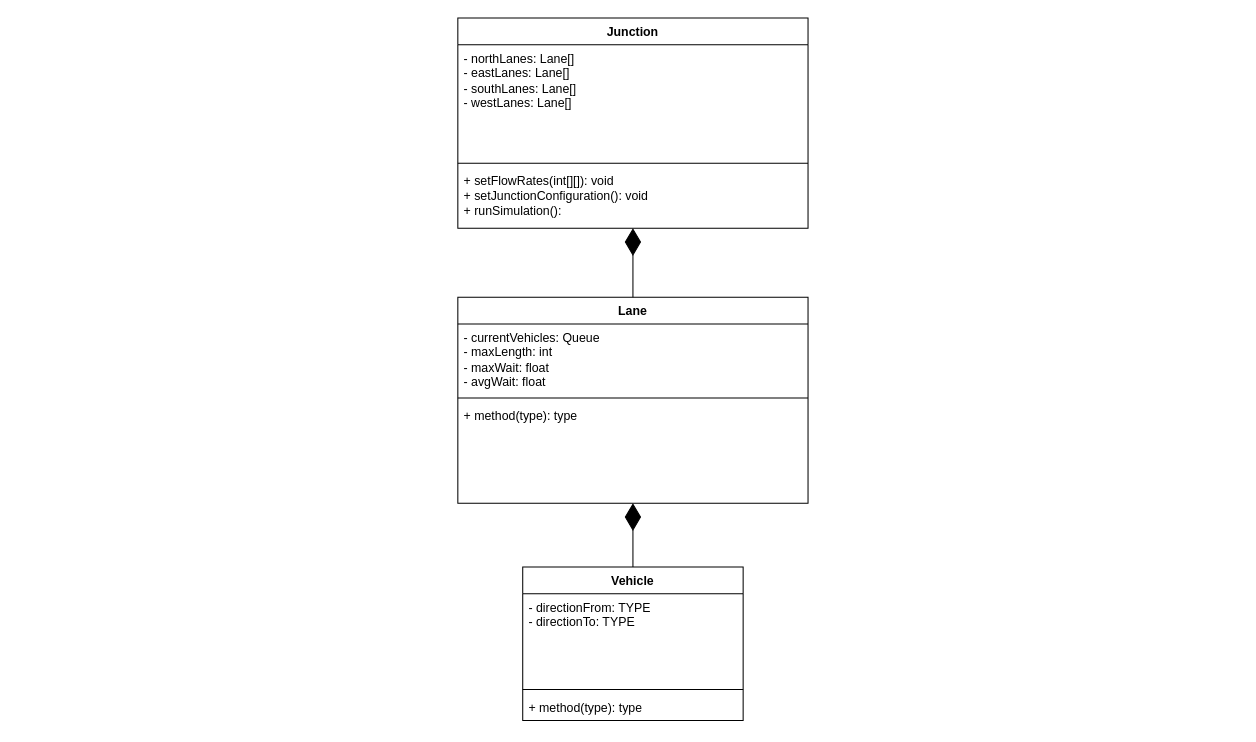
This is deliverables/planningDesign/JunctionSimulationClassDiagram.drawio from antonizyla/cs261, a draw.io file, before an edit. Source tidied: cells renumbered, new cells numbered last; positions are measured from the earlier drawing's top-left corner, leaving out a move shared by most shapes. Both pictures are drawn from the tidied source at 103%, with x=0, y=0 at pixel (457, 18).
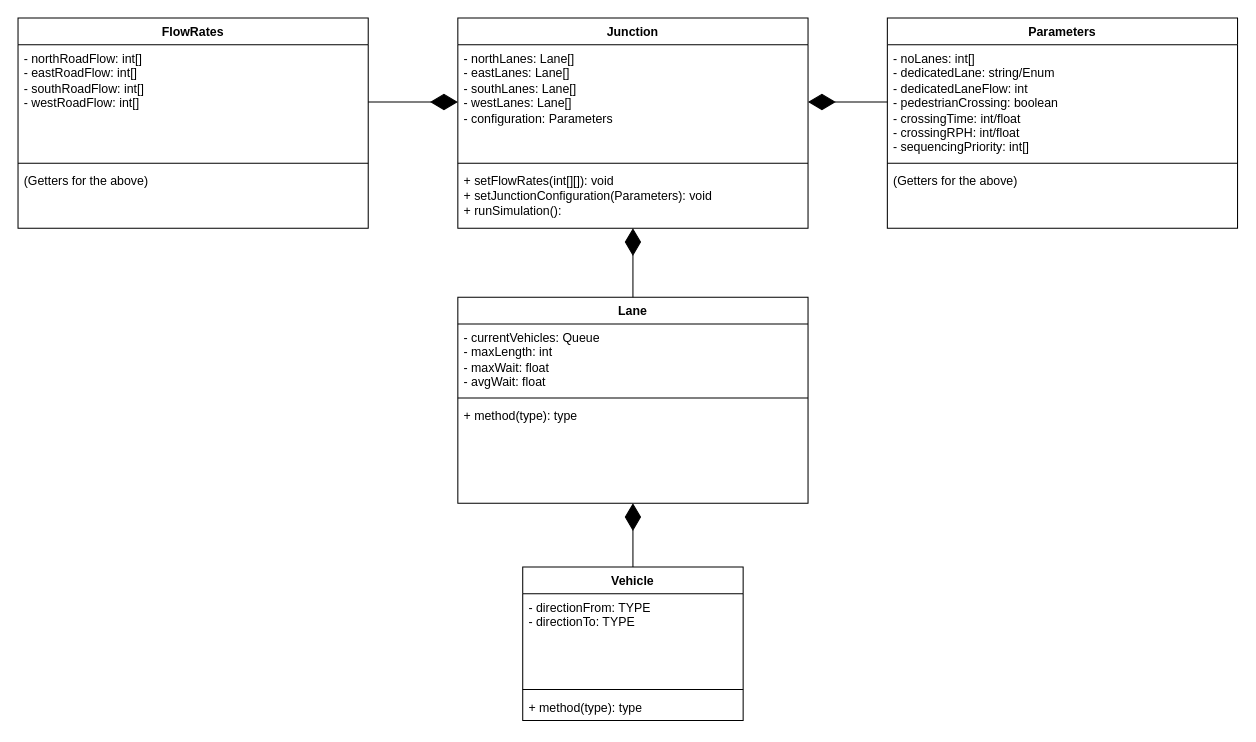
The same page after the edit.

Commit message (it also covers changes not shown here):
Updated the class diagram

Unchanged cells that the change refers to:
```xml
<mxCell id="6" value="Junction" style="swimlane;fontStyle=1;align=center;verticalAlign=top;horizontal=1;startSize=26;whiteSpace=wrap;html=1;" parent="1" vertex="1">
  <mxGeometry width="340" height="204" as="geometry" />
</mxCell>
```

The edit, as a diff of the source:
```diff
@@
-    <mxCell id="7" value="&lt;div&gt;- northLanes: Lane[]&lt;/div&gt;&lt;div&gt;- eastLanes:&amp;nbsp;Lane[]&lt;/div&gt;&lt;div&gt;- southLanes:&amp;nbsp;Lane[]&lt;/div&gt;&lt;div&gt;- westLanes:&amp;nbsp;Lane[]&lt;br&gt;&lt;/div&gt;" style="text;strokeColor=none;fillColor=none;align=left;verticalAlign=top;spacingLeft=4;spacingRight=4;overflow=hidden;points=[[0,0.5],[1,0.5]];portConstraint=eastwest;whiteSpace=wrap;html=1;" parent="6" vertex="1">
+    <mxCell id="7" value="&lt;div&gt;- northLanes: Lane[]&lt;/div&gt;&lt;div&gt;- eastLanes:&amp;nbsp;Lane[]&lt;/div&gt;&lt;div&gt;- southLanes:&amp;nbsp;Lane[]&lt;/div&gt;&lt;div&gt;- westLanes:&amp;nbsp;Lane[]&lt;/div&gt;&lt;div&gt;- configuration: Parameters&lt;br&gt;&lt;/div&gt;" style="text;strokeColor=none;fillColor=none;align=left;verticalAlign=top;spacingLeft=4;spacingRight=4;overflow=hidden;points=[[0,0.5],[1,0.5]];portConstraint=eastwest;whiteSpace=wrap;html=1;" parent="6" vertex="1">
       <mxGeometry y="26" width="340" height="111" as="geometry" />
     </mxCell>
@@
-    <mxCell id="9" value="&lt;div&gt;+ setFlowRates(int[][]): void&lt;/div&gt;&lt;div&gt;+ setJunctionConfiguration(): void&lt;/div&gt;&lt;div&gt;+ runSimulation(): &lt;br&gt;&lt;/div&gt;" style="text;strokeColor=none;fillColor=none;align=left;verticalAlign=top;spacingLeft=4;spacingRight=4;overflow=hidden;whiteSpace=wrap;html=1;" parent="6" vertex="1">
+    <mxCell id="9" value="&lt;div&gt;+ setFlowRates(int[][]): void&lt;/div&gt;&lt;div&gt;+ setJunctionConfiguration(Parameters): void&lt;/div&gt;&lt;div&gt;+ runSimulation(): &lt;br&gt;&lt;/div&gt;" style="text;strokeColor=none;fillColor=none;align=left;verticalAlign=top;spacingLeft=4;spacingRight=4;overflow=hidden;whiteSpace=wrap;html=1;" parent="6" vertex="1">
       <mxGeometry y="145" width="340" height="59" as="geometry" />
     </mxCell>
@@
+    <mxCell id="16" value="Parameters" style="swimlane;fontStyle=1;align=center;verticalAlign=top;horizontal=1;startSize=26;whiteSpace=wrap;html=1;" parent="1" vertex="1">
+      <mxGeometry x="417" width="340" height="204" as="geometry" />
+    </mxCell>
+    <mxCell id="17" value="&lt;div&gt;- noLanes: int[]&lt;/div&gt;&lt;div&gt;- dedicatedLane: string/Enum&lt;/div&gt;&lt;div&gt;- dedicatedLaneFlow: int&lt;/div&gt;&lt;div&gt;- pedestrianCrossing: boolean&lt;/div&gt;&lt;div&gt;- crossingTime: int/float&lt;br&gt;&lt;/div&gt;&lt;div&gt;- crossingRPH: int/float&lt;br&gt;&lt;/div&gt;&lt;div&gt;- sequencingPriority: int[]&lt;br&gt;&lt;/div&gt;" style="text;strokeColor=none;fillColor=none;align=left;verticalAlign=top;spacingLeft=4;spacingRight=4;overflow=hidden;points=[[0,0.5],[1,0.5]];portConstraint=eastwest;whiteSpace=wrap;html=1;" parent="16" vertex="1">
+      <mxGeometry y="26" width="340" height="111" as="geometry" />
+    </mxCell>
+    <mxCell id="18" style="line;strokeWidth=1;fillColor=none;align=left;verticalAlign=middle;spacingTop=-1;spacingLeft=3;spacingRight=3;labelPosition=right;strokeColor=inherit;" parent="16" vertex="1">
+      <mxGeometry y="137" width="340" height="8" as="geometry" />
+    </mxCell>
+    <mxCell id="19" value="(Getters for the above)" style="text;strokeColor=none;fillColor=none;align=left;verticalAlign=top;spacingLeft=4;spacingRight=4;overflow=hidden;whiteSpace=wrap;html=1;" parent="16" vertex="1">
+      <mxGeometry y="145" width="340" height="59" as="geometry" />
+    </mxCell>
+    <mxCell id="20" style="endArrow=diamondThin;endFill=1;endSize=24;html=1;rounded=0;exitX=0;exitY=0.5;exitDx=0;exitDy=0;entryX=1;entryY=0.5;entryDx=0;entryDy=0;" parent="1" edge="1" source="17" target="7">
+      <mxGeometry relative="1" as="geometry" />
+    </mxCell>
+    <mxCell id="21" value="FlowRates" style="swimlane;fontStyle=1;align=center;verticalAlign=top;horizontal=1;startSize=26;whiteSpace=wrap;html=1;" parent="1" vertex="1">
+      <mxGeometry x="-427" width="340" height="204" as="geometry" />
+    </mxCell>
+    <mxCell id="22" value="&lt;div&gt;- northRoadFlow: int[]&lt;br&gt;&lt;/div&gt;&lt;div&gt;- eastRoadFlow: int[]&lt;br&gt;&lt;/div&gt;&lt;div&gt;- southRoadFlow: int[]&lt;/div&gt;&lt;div&gt;- westRoadFlow: int[]&lt;br&gt;&lt;/div&gt;" style="text;strokeColor=none;fillColor=none;align=left;verticalAlign=top;spacingLeft=4;spacingRight=4;overflow=hidden;points=[[0,0.5],[1,0.5]];portConstraint=eastwest;whiteSpace=wrap;html=1;" parent="21" vertex="1">
+      <mxGeometry y="26" width="340" height="111" as="geometry" />
+    </mxCell>
+    <mxCell id="23" style="line;strokeWidth=1;fillColor=none;align=left;verticalAlign=middle;spacingTop=-1;spacingLeft=3;spacingRight=3;labelPosition=right;strokeColor=inherit;" parent="21" vertex="1">
+      <mxGeometry y="137" width="340" height="8" as="geometry" />
+    </mxCell>
+    <mxCell id="24" value="(Getters for the above)" style="text;strokeColor=none;fillColor=none;align=left;verticalAlign=top;spacingLeft=4;spacingRight=4;overflow=hidden;whiteSpace=wrap;html=1;" parent="21" vertex="1">
+      <mxGeometry y="145" width="340" height="59" as="geometry" />
+    </mxCell>
+    <mxCell id="25" style="endArrow=diamondThin;endFill=1;endSize=24;html=1;rounded=0;exitX=1;exitY=0.5;exitDx=0;exitDy=0;entryX=0;entryY=0.5;entryDx=0;entryDy=0;" parent="1" edge="1" source="22" target="7">
+      <mxGeometry relative="1" as="geometry" />
+    </mxCell>
```
